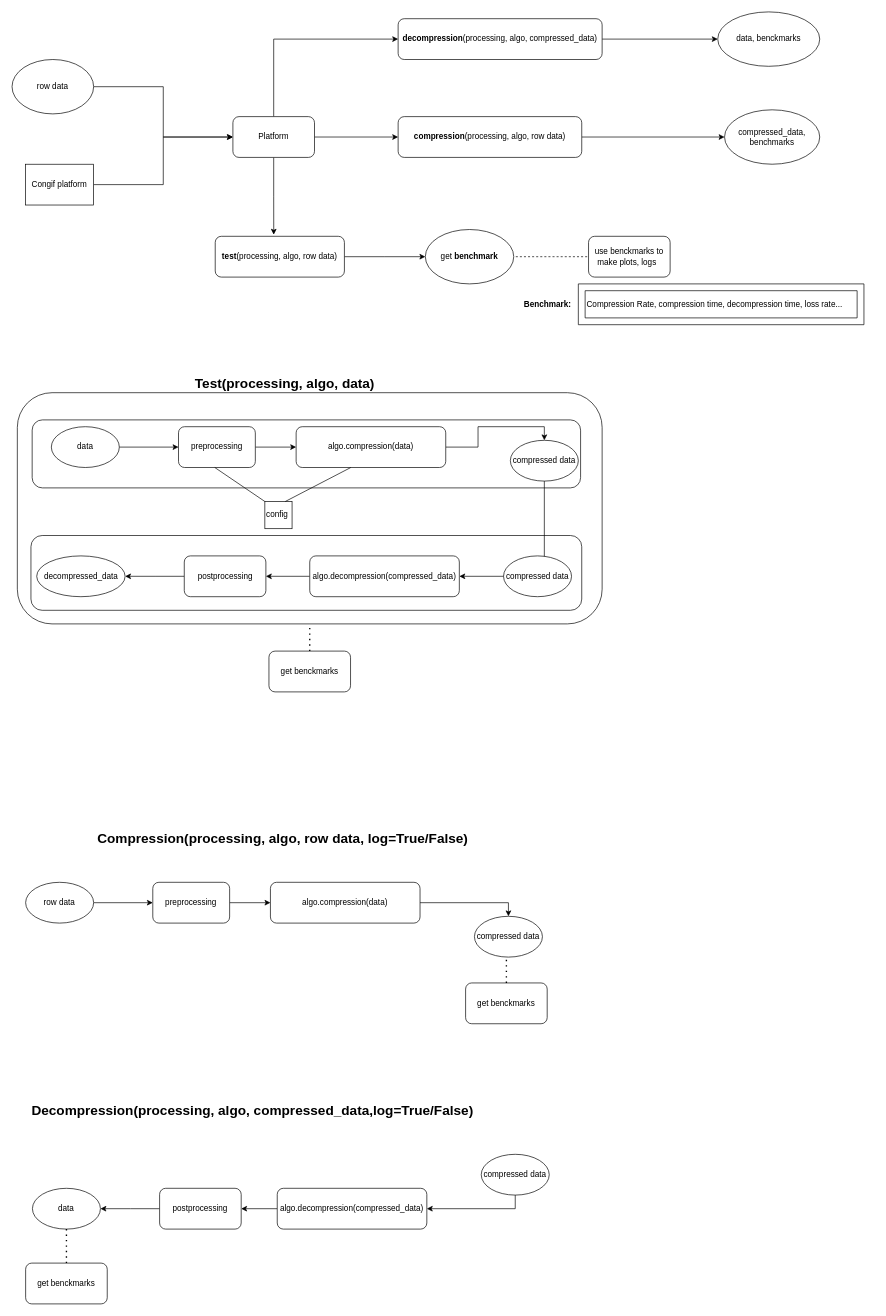
Before: docs/Platform_Graphics.drawio in BuryatyaTut/STIL_internship, a draw.io diagram. Source tidied: cells renumbered, new cells numbered last; positions are measured from the earlier drawing's top-left corner, leaving out a move shared by most shapes. Both pictures are drawn from the tidied source at 68%, with x=0, y=0 at pixel (12, 12).
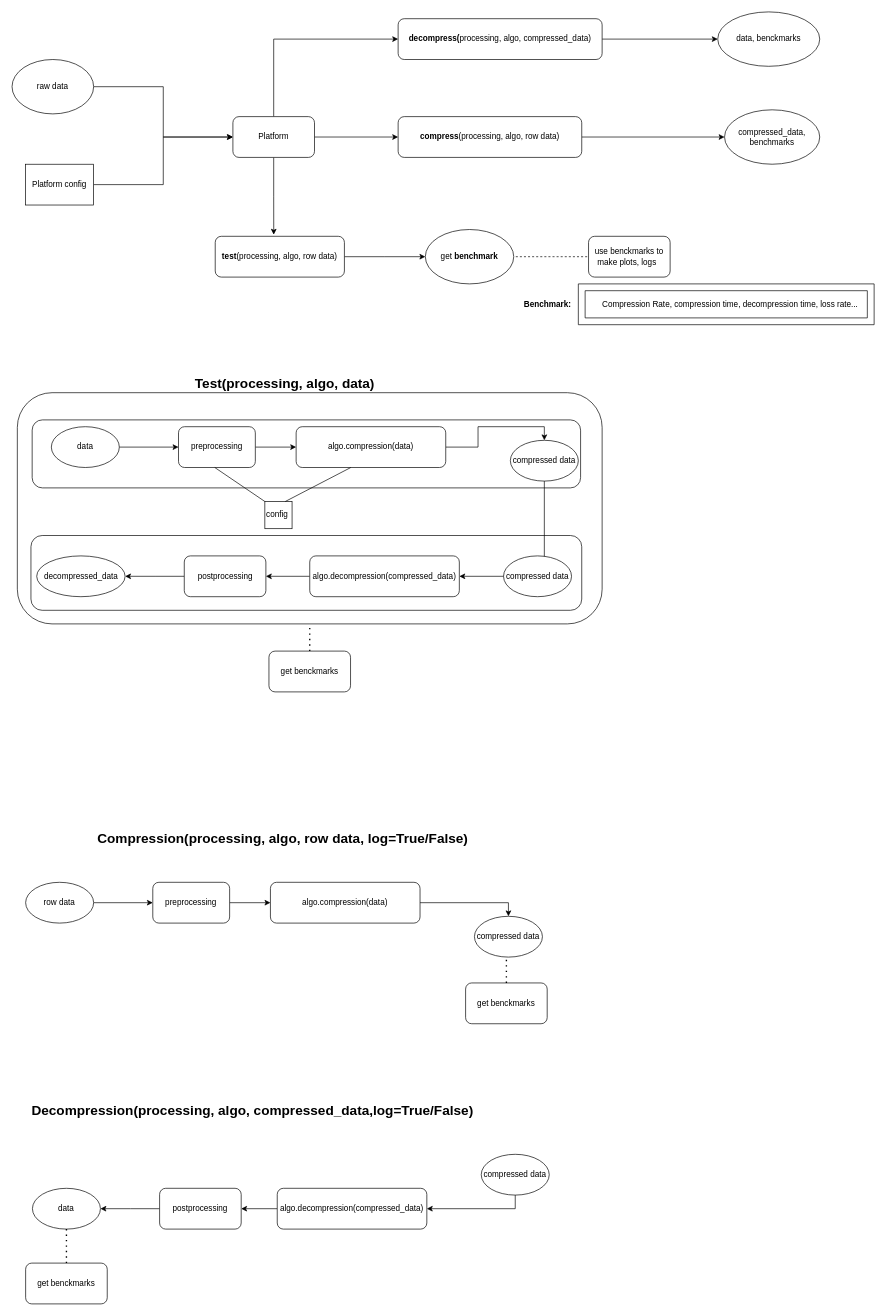
The same page after the edit.

Diff of the diagram source:
```diff
@@
-    <mxCell id="9" value="row data" style="ellipse;whiteSpace=wrap;html=1;" parent="1" vertex="1">
+    <mxCell id="9" value="&lt;div&gt;raw data&lt;/div&gt;" style="ellipse;whiteSpace=wrap;html=1;" parent="1" vertex="1">
       <mxGeometry x="0.2" y="70" width="120" height="80" as="geometry" />
     </mxCell>
@@
     <mxCell id="11" style="verticalLabelPosition=bottom;verticalAlign=top;html=1;shape=mxgraph.basic.frame;dx=10;" parent="1" vertex="1">
-      <mxGeometry x="833" y="400" width="420" height="60" as="geometry" />
+      <mxGeometry x="833" y="400" width="435" height="60" as="geometry" />
     </mxCell>
     <mxCell id="12" value="&amp;nbsp; &amp;nbsp;Compression Rate, compression time, decompression time, loss rate..." style="text;html=1;align=center;verticalAlign=middle;strokeColor=none;fillColor=none;" parent="1" vertex="1">
-      <mxGeometry x="823" y="416" width="410" height="30" as="geometry" />
+      <mxGeometry x="845.5" y="415" width="410" height="30" as="geometry" />
     </mxCell>
@@
-    <mxCell id="32" value="Congif platform" style="rounded=0;whiteSpace=wrap;html=1;" parent="1" vertex="1">
+    <mxCell id="32" value="Platform config" style="rounded=0;whiteSpace=wrap;html=1;" parent="1" vertex="1">
       <mxGeometry x="20.2" y="224" width="100" height="60" as="geometry" />
     </mxCell>
@@
-    <mxCell id="34" value="&lt;b&gt;compression&lt;/b&gt;(processing, algo, row data)" style="rounded=1;whiteSpace=wrap;html=1;" parent="1" vertex="1">
+    <mxCell id="34" value="&lt;b&gt;compress&lt;/b&gt;(processing, algo, row data)" style="rounded=1;whiteSpace=wrap;html=1;" parent="1" vertex="1">
       <mxGeometry x="568" y="154" width="270" height="60" as="geometry" />
     </mxCell>
@@
-    <mxCell id="36" value="&lt;b style=&quot;border-color: var(--border-color);&quot;&gt;decompression&lt;/b&gt;(processing, algo, compressed_data)" style="rounded=1;whiteSpace=wrap;html=1;" parent="1" vertex="1">
+    <mxCell id="36" value="&lt;div&gt;&lt;b style=&quot;border-color: var(--border-color);&quot;&gt;decompress(&lt;/b&gt;processing, algo, compressed_data)&lt;/div&gt;" style="rounded=1;whiteSpace=wrap;html=1;" parent="1" vertex="1">
       <mxGeometry x="568" y="10" width="300" height="60" as="geometry" />
     </mxCell>
```
